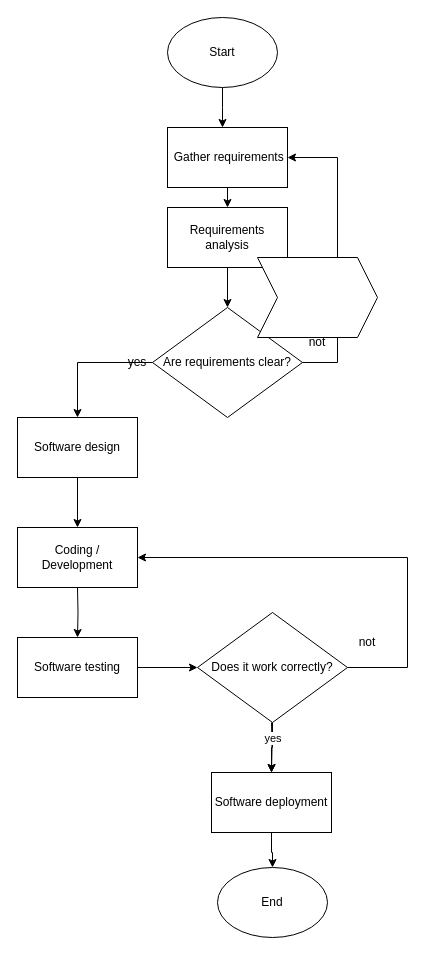
Earlier version of the draw.io diagram Diagrama sin título.drawio (corazonesterno05-ops/Flor-Eterna). Source tidied: cells renumbered, new cells numbered last; positions are measured from the earlier drawing's top-left corner, leaving out a move shared by most shapes. Both pictures are drawn from the tidied source at 100%, with x=0, y=0 at pixel (17, 17).
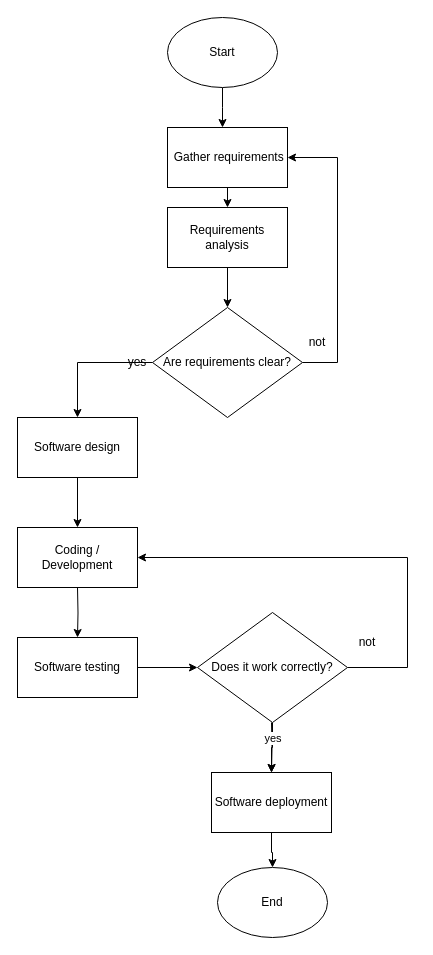
The same diagram, later.

The edit, as a diff of the source:
```diff
@@
-    <mxCell id="28" style="shape=step;perimeter=stepPerimeter;whiteSpace=wrap;html=1;fixedSize=1;" parent="1" vertex="1">
-      <mxGeometry x="240" y="240" width="120" height="80" as="geometry" />
-    </mxCell>
```
